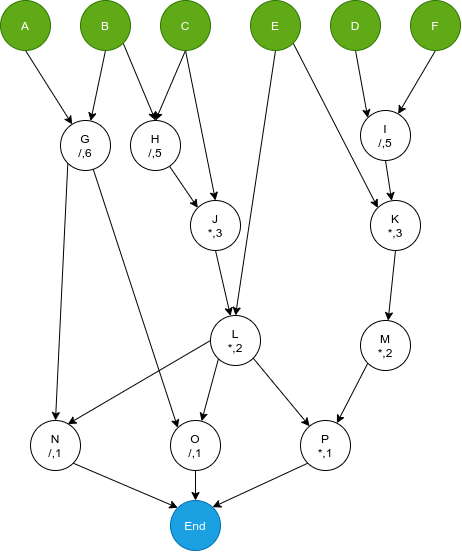
This is report/Scheduler/PpT-Scheduler_Example_graph.png from 28aashish/FSS, a draw.io export, as it was before one commit. Source tidied: cells renumbered, new cells last; positions are measured from the earlier drawing's top-left corner, leaving out a move shared by most shapes.
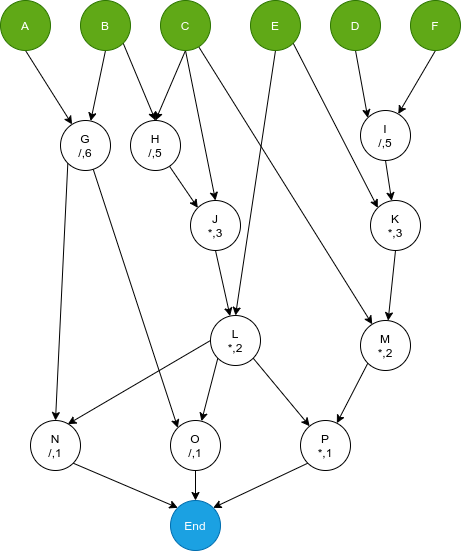
The same diagram one commit later.

Diff of the diagram source:
```diff
@@ -2,122 +2,125 @@
   <root>
     <mxCell id="0" />
     <mxCell id="1" parent="0" />
-    <mxCell id="2" style="edgeStyle=none;rounded=0;jettySize=auto;html=1;exitX=0.5;exitY=1;exitDx=0;exitDy=0;endArrow=classic;endFill=1;strokeColor=default;" parent="1" edge="1" source="3" target="17">
+    <mxCell id="2" style="edgeStyle=none;rounded=0;jettySize=auto;html=1;exitX=0.5;exitY=1;exitDx=0;exitDy=0;endArrow=classic;endFill=1;strokeColor=default;" parent="1" edge="1" source="3" target="18">
       <mxGeometry relative="1" as="geometry" />
     </mxCell>
     <mxCell id="3" value="A" style="ellipse;whiteSpace=wrap;html=1;strokeColor=#2D7600;strokeWidth=1;fillColor=#60a917;fontColor=#ffffff;" parent="1" vertex="1">
       <mxGeometry width="50" height="50" as="geometry" />
     </mxCell>
-    <mxCell id="4" style="edgeStyle=none;rounded=0;jettySize=auto;html=1;exitX=1;exitY=1;exitDx=0;exitDy=0;entryX=0.5;entryY=0;entryDx=0;entryDy=0;startArrow=none;startFill=0;endArrow=classic;endFill=1;" parent="1" edge="1" source="6" target="19">
+    <mxCell id="4" style="edgeStyle=none;rounded=0;jettySize=auto;html=1;exitX=1;exitY=1;exitDx=0;exitDy=0;entryX=0.5;entryY=0;entryDx=0;entryDy=0;startArrow=none;startFill=0;endArrow=classic;endFill=1;" parent="1" edge="1" source="6" target="20">
       <mxGeometry relative="1" as="geometry" />
     </mxCell>
-    <mxCell id="5" style="edgeStyle=none;rounded=0;jettySize=auto;html=1;exitX=0.5;exitY=1;exitDx=0;exitDy=0;endArrow=classic;endFill=1;strokeColor=default;" parent="1" edge="1" source="6" target="17">
+    <mxCell id="5" style="edgeStyle=none;rounded=0;jettySize=auto;html=1;exitX=0.5;exitY=1;exitDx=0;exitDy=0;endArrow=classic;endFill=1;strokeColor=default;" parent="1" edge="1" source="6" target="18">
       <mxGeometry relative="1" as="geometry" />
     </mxCell>
     <mxCell id="6" value="B" style="ellipse;whiteSpace=wrap;html=1;strokeColor=#2D7600;strokeWidth=1;fillColor=#60a917;fontColor=#ffffff;" parent="1" vertex="1">
       <mxGeometry x="80" width="50" height="50" as="geometry" />
     </mxCell>
-    <mxCell id="7" style="edgeStyle=none;rounded=0;jettySize=auto;html=1;exitX=0.5;exitY=1;exitDx=0;exitDy=0;startArrow=none;startFill=0;endArrow=classic;endFill=1;entryX=0.5;entryY=0;entryDx=0;entryDy=0;" parent="1" edge="1" source="9" target="19">
+    <mxCell id="7" style="edgeStyle=none;rounded=0;jettySize=auto;html=1;exitX=0.5;exitY=1;exitDx=0;exitDy=0;startArrow=none;startFill=0;endArrow=classic;endFill=1;entryX=0.5;entryY=0;entryDx=0;entryDy=0;" parent="1" edge="1" source="10" target="20">
       <mxGeometry relative="1" as="geometry" />
     </mxCell>
-    <mxCell id="8" style="edgeStyle=none;rounded=0;jettySize=auto;html=1;exitX=0.5;exitY=1;exitDx=0;exitDy=0;entryX=0.5;entryY=0;entryDx=0;entryDy=0;startArrow=none;startFill=0;endArrow=classic;endFill=1;" parent="1" edge="1" source="9" target="25">
+    <mxCell id="8" style="edgeStyle=none;rounded=0;jettySize=auto;html=1;exitX=0.5;exitY=1;exitDx=0;exitDy=0;entryX=0.5;entryY=0;entryDx=0;entryDy=0;startArrow=none;startFill=0;endArrow=classic;endFill=1;" parent="1" edge="1" source="10" target="26">
       <mxGeometry relative="1" as="geometry" />
     </mxCell>
-    <mxCell id="9" value="C" style="ellipse;whiteSpace=wrap;html=1;strokeColor=#2D7600;strokeWidth=1;fillColor=#60a917;fontColor=#ffffff;" parent="1" vertex="1">
-      <mxGeometry x="160" width="50" height="50" as="geometry" />
+    <mxCell id="9" style="edgeStyle=none;rounded=0;jettySize=auto;html=1;" parent="1" edge="1" source="10" target="34">
+      <mxGeometry relative="1" as="geometry" />
     </mxCell>
-    <mxCell id="10" style="edgeStyle=none;rounded=0;jettySize=auto;html=1;exitX=0.5;exitY=1;exitDx=0;exitDy=0;entryX=0;entryY=0;entryDx=0;entryDy=0;startArrow=none;startFill=0;endArrow=classic;endFill=1;" parent="1" edge="1" source="11" target="23">
-      <mxGeometry relative="1" as="geometry" />
+    <mxCell id="10" value="C" style="ellipse;whiteSpace=wrap;html=1;strokeColor=#2D7600;strokeWidth=1;fillColor=#60a917;fontColor=#ffffff;" parent="1" vertex="1">
+      <mxGeometry x="160" width="50" height="50" as="geometry" />
     </mxCell>
-    <mxCell id="11" value="D" style="ellipse;whiteSpace=wrap;html=1;strokeColor=#2D7600;strokeWidth=1;fillColor=#60a917;fontColor=#ffffff;" parent="1" vertex="1">
-      <mxGeometry x="330" width="50" height="50" as="geometry" />
+    <mxCell id="11" style="edgeStyle=none;rounded=0;jettySize=auto;html=1;exitX=0.5;exitY=1;exitDx=0;exitDy=0;entryX=0;entryY=0;entryDx=0;entryDy=0;startArrow=none;startFill=0;endArrow=classic;endFill=1;" parent="1" edge="1" source="12" target="24">
+      <mxGeometry relative="1" as="geometry" />
     </mxCell>
-    <mxCell id="12" style="rounded=0;jettySize=auto;html=1;exitX=0.5;exitY=1;exitDx=0;exitDy=0;entryX=0.5;entryY=0;entryDx=0;entryDy=0;endArrow=classic;endFill=1;strokeColor=default;" parent="1" edge="1" source="14" target="29">
-      <mxGeometry relative="1" as="geometry" />
+    <mxCell id="12" value="D" style="ellipse;whiteSpace=wrap;html=1;strokeColor=#2D7600;strokeWidth=1;fillColor=#60a917;fontColor=#ffffff;" parent="1" vertex="1">
+      <mxGeometry x="330" width="50" height="50" as="geometry" />
     </mxCell>
-    <mxCell id="13" style="edgeStyle=none;rounded=0;jettySize=auto;html=1;exitX=1;exitY=1;exitDx=0;exitDy=0;entryX=0;entryY=0;entryDx=0;entryDy=0;endArrow=classic;endFill=1;strokeColor=default;" parent="1" edge="1" source="14" target="31">
+    <mxCell id="13" style="rounded=0;jettySize=auto;html=1;exitX=0.5;exitY=1;exitDx=0;exitDy=0;entryX=0.5;entryY=0;entryDx=0;entryDy=0;endArrow=classic;endFill=1;strokeColor=default;" parent="1" edge="1" source="15" target="30">
       <mxGeometry relative="1" as="geometry" />
     </mxCell>
-    <mxCell id="14" value="E" style="ellipse;whiteSpace=wrap;html=1;strokeColor=#2D7600;strokeWidth=1;fillColor=#60a917;fontColor=#ffffff;" parent="1" vertex="1">
-      <mxGeometry x="250" width="50" height="50" as="geometry" />
+    <mxCell id="14" style="edgeStyle=none;rounded=0;jettySize=auto;html=1;exitX=1;exitY=1;exitDx=0;exitDy=0;entryX=0;entryY=0;entryDx=0;entryDy=0;endArrow=classic;endFill=1;strokeColor=default;" parent="1" edge="1" source="15" target="32">
+      <mxGeometry relative="1" as="geometry" />
     </mxCell>
-    <mxCell id="15" style="edgeStyle=none;rounded=0;jettySize=auto;html=1;entryX=0;entryY=0;entryDx=0;entryDy=0;startArrow=none;startFill=0;endArrow=classic;endFill=1;" parent="1" edge="1" source="17" target="37">
-      <mxGeometry relative="1" as="geometry" />
+    <mxCell id="15" value="E" style="ellipse;whiteSpace=wrap;html=1;strokeColor=#2D7600;strokeWidth=1;fillColor=#60a917;fontColor=#ffffff;" parent="1" vertex="1">
+      <mxGeometry x="250" width="50" height="50" as="geometry" />
     </mxCell>
-    <mxCell id="16" style="edgeStyle=none;rounded=0;jettySize=auto;html=1;exitX=0;exitY=1;exitDx=0;exitDy=0;entryX=0.5;entryY=0;entryDx=0;entryDy=0;endArrow=classic;endFill=1;strokeColor=default;" parent="1" edge="1" source="17" target="39">
+    <mxCell id="16" style="edgeStyle=none;rounded=0;jettySize=auto;html=1;entryX=0;entryY=0;entryDx=0;entryDy=0;startArrow=none;startFill=0;endArrow=classic;endFill=1;" parent="1" edge="1" source="18" target="38">
       <mxGeometry relative="1" as="geometry" />
     </mxCell>
-    <mxCell id="17" value="G&lt;br&gt;/,6" style="ellipse;whiteSpace=wrap;html=1;strokeColor=#000000;strokeWidth=1;fillColor=default;" parent="1" vertex="1">
-      <mxGeometry x="60" y="120" width="50" height="50" as="geometry" />
+    <mxCell id="17" style="edgeStyle=none;rounded=0;jettySize=auto;html=1;exitX=0;exitY=1;exitDx=0;exitDy=0;entryX=0.5;entryY=0;entryDx=0;entryDy=0;endArrow=classic;endFill=1;strokeColor=default;" parent="1" edge="1" source="18" target="40">
+      <mxGeometry relative="1" as="geometry" />
     </mxCell>
-    <mxCell id="18" style="edgeStyle=none;rounded=0;jettySize=auto;html=1;entryX=0;entryY=0;entryDx=0;entryDy=0;endArrow=classic;endFill=1;strokeColor=default;" parent="1" edge="1" source="19" target="25">
-      <mxGeometry relative="1" as="geometry" />
+    <mxCell id="18" value="G&lt;br&gt;/,6" style="ellipse;whiteSpace=wrap;html=1;strokeColor=#000000;strokeWidth=1;fillColor=default;" parent="1" vertex="1">
+      <mxGeometry x="60" y="120" width="50" height="50" as="geometry" />
     </mxCell>
-    <mxCell id="19" value="H&lt;br&gt;/,5" style="ellipse;whiteSpace=wrap;html=1;strokeColor=#000000;strokeWidth=1;fillColor=default;" parent="1" vertex="1">
-      <mxGeometry x="130" y="120" width="50" height="50" as="geometry" />
+    <mxCell id="19" style="edgeStyle=none;rounded=0;jettySize=auto;html=1;entryX=0;entryY=0;entryDx=0;entryDy=0;endArrow=classic;endFill=1;strokeColor=default;" parent="1" edge="1" source="20" target="26">
+      <mxGeometry relative="1" as="geometry" />
     </mxCell>
-    <mxCell id="20" style="edgeStyle=none;rounded=0;jettySize=auto;html=1;exitX=0.5;exitY=1;exitDx=0;exitDy=0;startArrow=none;startFill=0;endArrow=classic;endFill=1;" parent="1" edge="1" source="21" target="23">
-      <mxGeometry relative="1" as="geometry" />
+    <mxCell id="20" value="H&lt;br&gt;/,5" style="ellipse;whiteSpace=wrap;html=1;strokeColor=#000000;strokeWidth=1;fillColor=default;" parent="1" vertex="1">
+      <mxGeometry x="130" y="120" width="50" height="50" as="geometry" />
     </mxCell>
-    <mxCell id="21" value="F" style="ellipse;whiteSpace=wrap;html=1;strokeColor=#2D7600;strokeWidth=1;fillColor=#60a917;fontColor=#ffffff;" parent="1" vertex="1">
-      <mxGeometry x="410" width="50" height="50" as="geometry" />
+    <mxCell id="21" style="edgeStyle=none;rounded=0;jettySize=auto;html=1;exitX=0.5;exitY=1;exitDx=0;exitDy=0;startArrow=none;startFill=0;endArrow=classic;endFill=1;" parent="1" edge="1" source="22" target="24">
+      <mxGeometry relative="1" as="geometry" />
     </mxCell>
-    <mxCell id="22" style="edgeStyle=none;rounded=0;jettySize=auto;html=1;exitX=0.5;exitY=1;exitDx=0;exitDy=0;startArrow=none;startFill=0;endArrow=classic;endFill=1;" parent="1" edge="1" source="23" target="31">
-      <mxGeometry relative="1" as="geometry" />
+    <mxCell id="22" value="F" style="ellipse;whiteSpace=wrap;html=1;strokeColor=#2D7600;strokeWidth=1;fillColor=#60a917;fontColor=#ffffff;" parent="1" vertex="1">
+      <mxGeometry x="410" width="50" height="50" as="geometry" />
     </mxCell>
-    <mxCell id="23" value="I&lt;br&gt;/,5" style="ellipse;whiteSpace=wrap;html=1;strokeColor=#000000;strokeWidth=1;fillColor=default;" parent="1" vertex="1">
-      <mxGeometry x="360" y="110" width="50" height="50" as="geometry" />
+    <mxCell id="23" style="edgeStyle=none;rounded=0;jettySize=auto;html=1;exitX=0.5;exitY=1;exitDx=0;exitDy=0;startArrow=none;startFill=0;endArrow=classic;endFill=1;" parent="1" edge="1" source="24" target="32">
+      <mxGeometry relative="1" as="geometry" />
     </mxCell>
-    <mxCell id="24" style="edgeStyle=none;rounded=0;jettySize=auto;html=1;exitX=0.5;exitY=1;exitDx=0;exitDy=0;startArrow=none;startFill=0;endArrow=classic;endFill=1;" parent="1" edge="1" source="25" target="29">
-      <mxGeometry relative="1" as="geometry" />
+    <mxCell id="24" value="I&lt;br&gt;/,5" style="ellipse;whiteSpace=wrap;html=1;strokeColor=#000000;strokeWidth=1;fillColor=default;" parent="1" vertex="1">
+      <mxGeometry x="360" y="110" width="50" height="50" as="geometry" />
     </mxCell>
-    <mxCell id="25" value="J&lt;br&gt;*,3" style="ellipse;whiteSpace=wrap;html=1;strokeColor=#000000;strokeWidth=1;fillColor=default;" parent="1" vertex="1">
-      <mxGeometry x="190" y="200" width="50" height="50" as="geometry" />
+    <mxCell id="25" style="edgeStyle=none;rounded=0;jettySize=auto;html=1;exitX=0.5;exitY=1;exitDx=0;exitDy=0;startArrow=none;startFill=0;endArrow=classic;endFill=1;" parent="1" edge="1" source="26" target="30">
+      <mxGeometry relative="1" as="geometry" />
     </mxCell>
-    <mxCell id="26" style="edgeStyle=none;rounded=0;jettySize=auto;html=1;exitX=1;exitY=1;exitDx=0;exitDy=0;startArrow=none;startFill=0;endArrow=classic;endFill=1;" parent="1" edge="1" source="29" target="35">
-      <mxGeometry relative="1" as="geometry" />
+    <mxCell id="26" value="J&lt;br&gt;*,3" style="ellipse;whiteSpace=wrap;html=1;strokeColor=#000000;strokeWidth=1;fillColor=default;" parent="1" vertex="1">
+      <mxGeometry x="190" y="200" width="50" height="50" as="geometry" />
     </mxCell>
-    <mxCell id="27" style="edgeStyle=none;rounded=0;jettySize=auto;html=1;exitX=0;exitY=1;exitDx=0;exitDy=0;startArrow=none;startFill=0;endArrow=classic;endFill=1;" parent="1" edge="1" source="29" target="37">
+    <mxCell id="27" style="edgeStyle=none;rounded=0;jettySize=auto;html=1;exitX=1;exitY=1;exitDx=0;exitDy=0;startArrow=none;startFill=0;endArrow=classic;endFill=1;" parent="1" edge="1" source="30" target="36">
       <mxGeometry relative="1" as="geometry" />
     </mxCell>
-    <mxCell id="28" style="edgeStyle=none;rounded=0;jettySize=auto;html=1;exitX=0;exitY=0.5;exitDx=0;exitDy=0;entryX=0.746;entryY=0.073;entryDx=0;entryDy=0;entryPerimeter=0;endArrow=classic;endFill=1;strokeColor=default;" parent="1" edge="1" source="29" target="39">
+    <mxCell id="28" style="edgeStyle=none;rounded=0;jettySize=auto;html=1;exitX=0;exitY=1;exitDx=0;exitDy=0;startArrow=none;startFill=0;endArrow=classic;endFill=1;" parent="1" edge="1" source="30" target="38">
       <mxGeometry relative="1" as="geometry" />
     </mxCell>
-    <mxCell id="29" value="L&lt;br&gt;*,2" style="ellipse;whiteSpace=wrap;html=1;strokeWidth=1;" parent="1" vertex="1">
-      <mxGeometry x="210" y="315" width="50" height="50" as="geometry" />
+    <mxCell id="29" style="edgeStyle=none;rounded=0;jettySize=auto;html=1;exitX=0;exitY=0.5;exitDx=0;exitDy=0;entryX=0.746;entryY=0.073;entryDx=0;entryDy=0;entryPerimeter=0;endArrow=classic;endFill=1;strokeColor=default;" parent="1" edge="1" source="30" target="40">
+      <mxGeometry relative="1" as="geometry" />
     </mxCell>
-    <mxCell id="30" style="edgeStyle=none;rounded=0;jettySize=auto;html=1;exitX=0.5;exitY=1;exitDx=0;exitDy=0;startArrow=none;startFill=0;endArrow=classic;endFill=1;" parent="1" edge="1" source="31" target="33">
-      <mxGeometry relative="1" as="geometry" />
+    <mxCell id="30" value="L&lt;br&gt;*,2" style="ellipse;whiteSpace=wrap;html=1;strokeWidth=1;" parent="1" vertex="1">
+      <mxGeometry x="210" y="315" width="50" height="50" as="geometry" />
     </mxCell>
-    <mxCell id="31" value="K&lt;br&gt;*,3" style="ellipse;whiteSpace=wrap;html=1;strokeColor=#000000;strokeWidth=1;fillColor=default;" parent="1" vertex="1">
-      <mxGeometry x="370" y="200" width="50" height="50" as="geometry" />
+    <mxCell id="31" style="edgeStyle=none;rounded=0;jettySize=auto;html=1;exitX=0.5;exitY=1;exitDx=0;exitDy=0;startArrow=none;startFill=0;endArrow=classic;endFill=1;" parent="1" edge="1" source="32" target="34">
+      <mxGeometry relative="1" as="geometry" />
     </mxCell>
-    <mxCell id="32" style="edgeStyle=none;rounded=0;jettySize=auto;html=1;exitX=0;exitY=1;exitDx=0;exitDy=0;startArrow=none;startFill=0;endArrow=classic;endFill=1;" parent="1" edge="1" source="33" target="35">
-      <mxGeometry relative="1" as="geometry" />
+    <mxCell id="32" value="K&lt;br&gt;*,3" style="ellipse;whiteSpace=wrap;html=1;strokeColor=#000000;strokeWidth=1;fillColor=default;" parent="1" vertex="1">
+      <mxGeometry x="370" y="200" width="50" height="50" as="geometry" />
     </mxCell>
-    <mxCell id="33" value="M&lt;br&gt;*,2" style="ellipse;whiteSpace=wrap;html=1;strokeWidth=1;" parent="1" vertex="1">
-      <mxGeometry x="360" y="320" width="50" height="50" as="geometry" />
+    <mxCell id="33" style="edgeStyle=none;rounded=0;jettySize=auto;html=1;exitX=0;exitY=1;exitDx=0;exitDy=0;startArrow=none;startFill=0;endArrow=classic;endFill=1;" parent="1" edge="1" source="34" target="36">
+      <mxGeometry relative="1" as="geometry" />
     </mxCell>
-    <mxCell id="34" style="edgeStyle=none;rounded=0;jettySize=auto;html=1;exitX=0;exitY=1;exitDx=0;exitDy=0;entryX=1;entryY=0;entryDx=0;entryDy=0;endArrow=classic;endFill=1;strokeColor=default;" parent="1" edge="1" source="35" target="40">
-      <mxGeometry relative="1" as="geometry" />
+    <mxCell id="34" value="M&lt;br&gt;*,2" style="ellipse;whiteSpace=wrap;html=1;strokeWidth=1;" parent="1" vertex="1">
+      <mxGeometry x="360" y="320" width="50" height="50" as="geometry" />
     </mxCell>
-    <mxCell id="35" value="P&lt;br&gt;*,1" style="ellipse;whiteSpace=wrap;html=1;strokeWidth=1;" parent="1" vertex="1">
-      <mxGeometry x="300" y="420" width="50" height="50" as="geometry" />
+    <mxCell id="35" style="edgeStyle=none;rounded=0;jettySize=auto;html=1;exitX=0;exitY=1;exitDx=0;exitDy=0;entryX=1;entryY=0;entryDx=0;entryDy=0;endArrow=classic;endFill=1;strokeColor=default;" parent="1" edge="1" source="36" target="41">
+      <mxGeometry relative="1" as="geometry" />
     </mxCell>
-    <mxCell id="36" style="edgeStyle=none;rounded=0;jettySize=auto;html=1;entryX=0.5;entryY=0;entryDx=0;entryDy=0;endArrow=classic;endFill=1;strokeColor=default;" parent="1" edge="1" source="37" target="40">
-      <mxGeometry relative="1" as="geometry" />
+    <mxCell id="36" value="P&lt;br&gt;*,1" style="ellipse;whiteSpace=wrap;html=1;strokeWidth=1;" parent="1" vertex="1">
+      <mxGeometry x="300" y="420" width="50" height="50" as="geometry" />
     </mxCell>
-    <mxCell id="37" value="O&lt;br&gt;/,1" style="ellipse;whiteSpace=wrap;html=1;strokeWidth=1;" parent="1" vertex="1">
-      <mxGeometry x="170" y="420" width="50" height="50" as="geometry" />
+    <mxCell id="37" style="edgeStyle=none;rounded=0;jettySize=auto;html=1;entryX=0.5;entryY=0;entryDx=0;entryDy=0;endArrow=classic;endFill=1;strokeColor=default;" parent="1" edge="1" source="38" target="41">
+      <mxGeometry relative="1" as="geometry" />
     </mxCell>
-    <mxCell id="38" style="rounded=0;jettySize=auto;html=1;exitX=1;exitY=1;exitDx=0;exitDy=0;entryX=0;entryY=0;entryDx=0;entryDy=0;endArrow=classic;endFill=1;strokeColor=default;" parent="1" edge="1" source="39" target="40">
-      <mxGeometry relative="1" as="geometry" />
+    <mxCell id="38" value="O&lt;br&gt;/,1" style="ellipse;whiteSpace=wrap;html=1;strokeWidth=1;" parent="1" vertex="1">
+      <mxGeometry x="170" y="420" width="50" height="50" as="geometry" />
     </mxCell>
-    <mxCell id="39" value="N&lt;br&gt;/,1" style="ellipse;whiteSpace=wrap;html=1;strokeWidth=1;" parent="1" vertex="1">
-      <mxGeometry x="30" y="420" width="50" height="50" as="geometry" />
+    <mxCell id="39" style="rounded=0;jettySize=auto;html=1;exitX=1;exitY=1;exitDx=0;exitDy=0;entryX=0;entryY=0;entryDx=0;entryDy=0;endArrow=classic;endFill=1;strokeColor=default;" parent="1" edge="1" source="40" target="41">
+      <mxGeometry relative="1" as="geometry" />
     </mxCell>
-    <mxCell id="40" value="End" style="ellipse;whiteSpace=wrap;html=1;strokeWidth=1;fillColor=#1ba1e2;strokeColor=#006EAF;fontColor=#ffffff;" parent="1" vertex="1">
-      <mxGeometry x="170" y="500" width="50" height="50" as="geometry" />
+    <mxCell id="40" value="N&lt;br&gt;/,1" style="ellipse;whiteSpace=wrap;html=1;strokeWidth=1;" parent="1" vertex="1">
+      <mxGeometry x="30" y="420" width="50" height="50" as="geometry" />
     </mxCell>
+    <mxCell id="41" value="End" style="ellipse;whiteSpace=wrap;html=1;strokeWidth=1;fillColor=#1ba1e2;strokeColor=#006EAF;fontColor=#ffffff;" parent="1" vertex="1">
+      <mxGeometry x="170" y="500" width="50" height="50" as="geometry" />
+    </mxCell>
   </root>
 </mxGraphModel>
```
